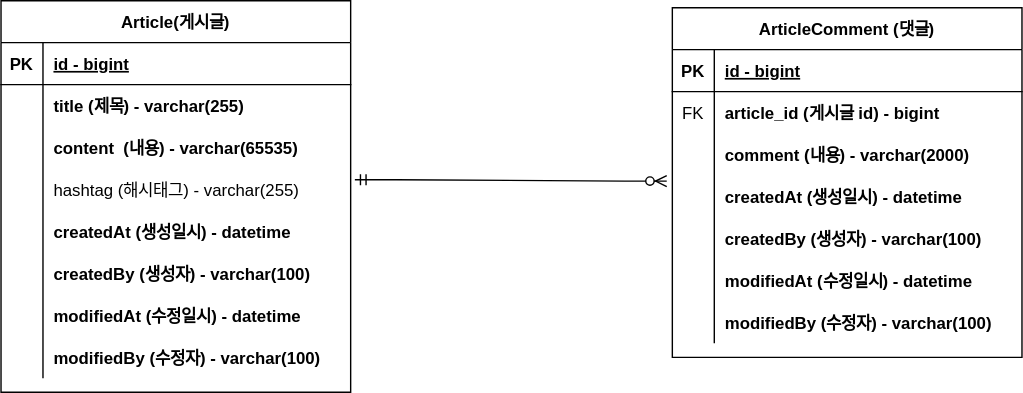
Before: document/project-board-erd.svg, a diagram exported from draw.io (codky/fastcampus-project-board). Source tidied: cells renumbered, new cells last; positions are measured from the earlier drawing's top-left corner, leaving out a move shared by most shapes.
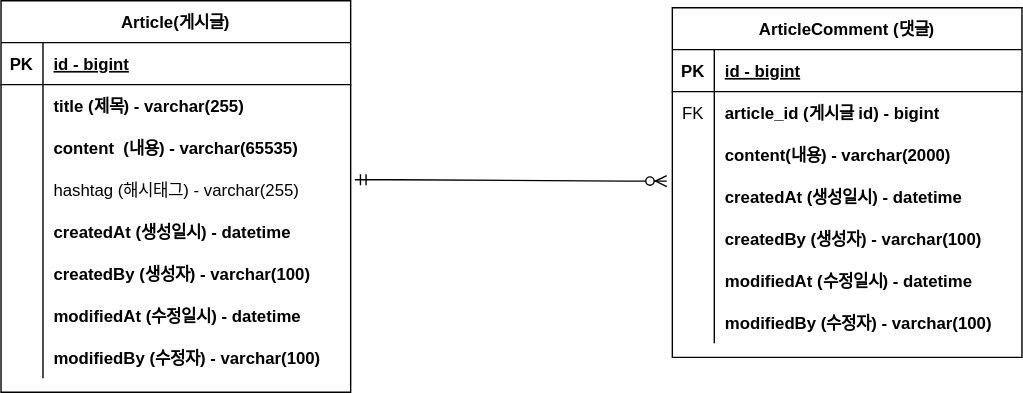
After the commit.

Commit message:
#7 - ERD 오타 수정:project-board-erd.svg 업데이트

Change to the diagram source:
```diff
@@ -29,7 +29,7 @@
     <mxCell id="10" style="shape=partialRectangle;overflow=hidden;fillColor=none;top=0;left=0;bottom=0;right=0;" parent="9" vertex="1">
       <mxGeometry width="30" height="30" as="geometry" />
     </mxCell>
-    <mxCell id="11" value="comment (내용) - varchar(2000)" style="shape=partialRectangle;overflow=hidden;fillColor=none;top=0;left=0;bottom=0;right=0;align=left;spacingLeft=6;fontStyle=1;" parent="9" vertex="1">
+    <mxCell id="11" value="content(내용) - varchar(2000)" style="shape=partialRectangle;overflow=hidden;fillColor=none;top=0;left=0;bottom=0;right=0;align=left;spacingLeft=6;fontStyle=1;" parent="9" vertex="1">
       <mxGeometry x="30" width="220" height="30" as="geometry" />
     </mxCell>
     <mxCell id="12" style="shape=partialRectangle;fillColor=none;points=[[0,0.5],[1,0.5]];portConstraint=eastwest;top=0;left=0;right=0;bottom=0;" parent="2" vertex="1">
```
